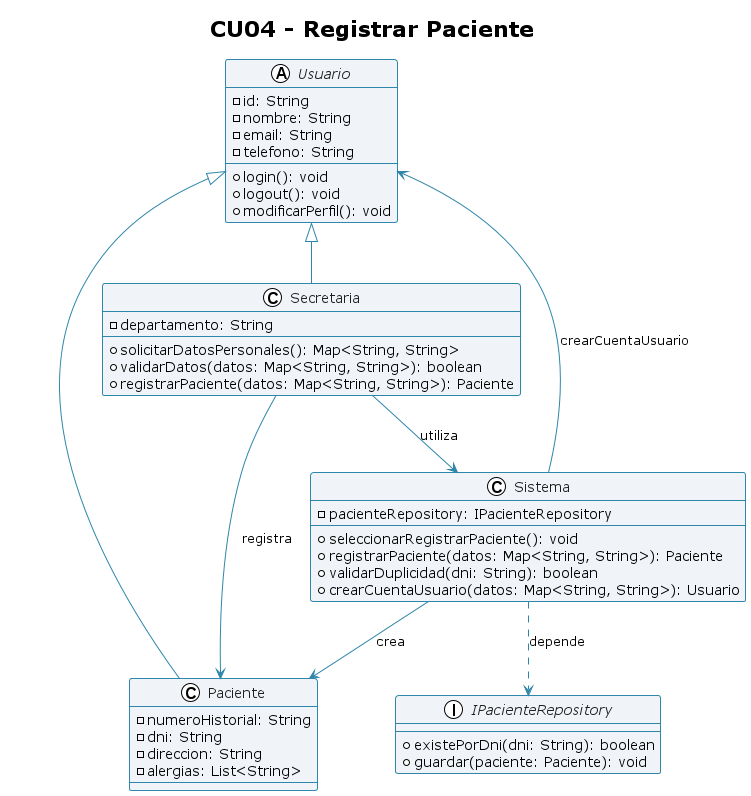
Before: diagramas/01-diagrama-clases/04-clases-registrar-paciente-04.png, a diagram exported from PlantUML (FacundoGuiraldes/SistemaTurnosMedicos).
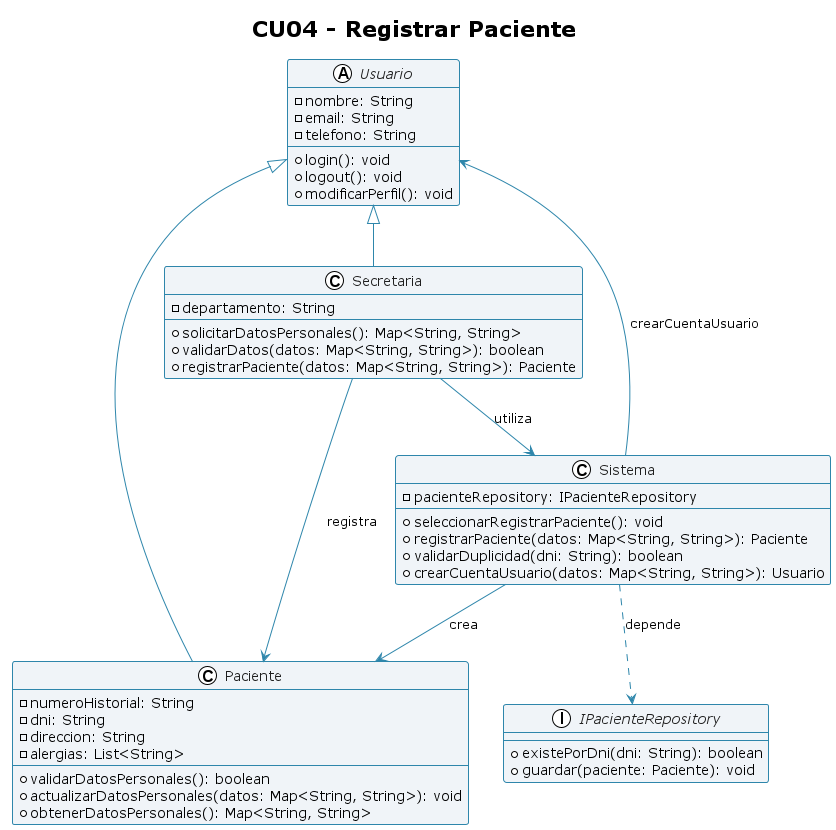
After the change.

Commit message:
Fix: Se hacen correciones en diagramas CU 4 y 5

Diff of the diagram source:
```diff
@@ -10,7 +10,6 @@
 }
 
 abstract class Usuario {
-    - id: String
     - nombre: String
     - email: String
     - telefono: String
@@ -25,6 +24,10 @@
     - dni: String
     - direccion: String
     - alergias: List<String>
+    ---
+    + validarDatosPersonales(): boolean
+    + actualizarDatosPersonales(datos: Map<String, String>): void
+    + obtenerDatosPersonales(): Map<String, String>
 }
 
 class Secretaria {
```
